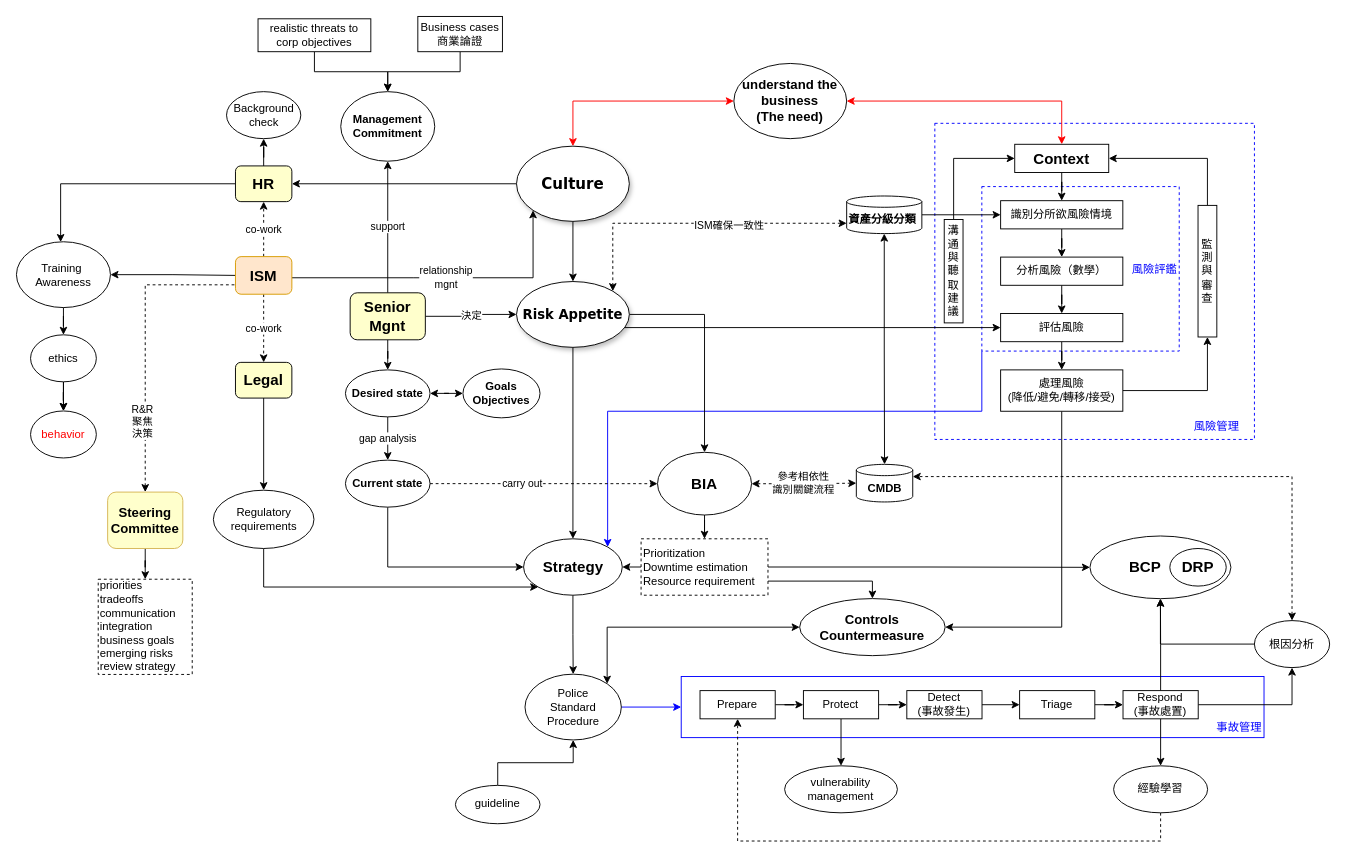
The draw.io diagram Untitled Diagram.drawio in digipenguin/machinelearn-ndu, before the edit. Source tidied: cells renumbered, new cells numbered last; positions are measured from the earlier drawing's top-left corner, leaving out a move shared by most shapes. Both pictures are drawn from the tidied source at 94%, with x=0, y=0 at pixel (16, 16).
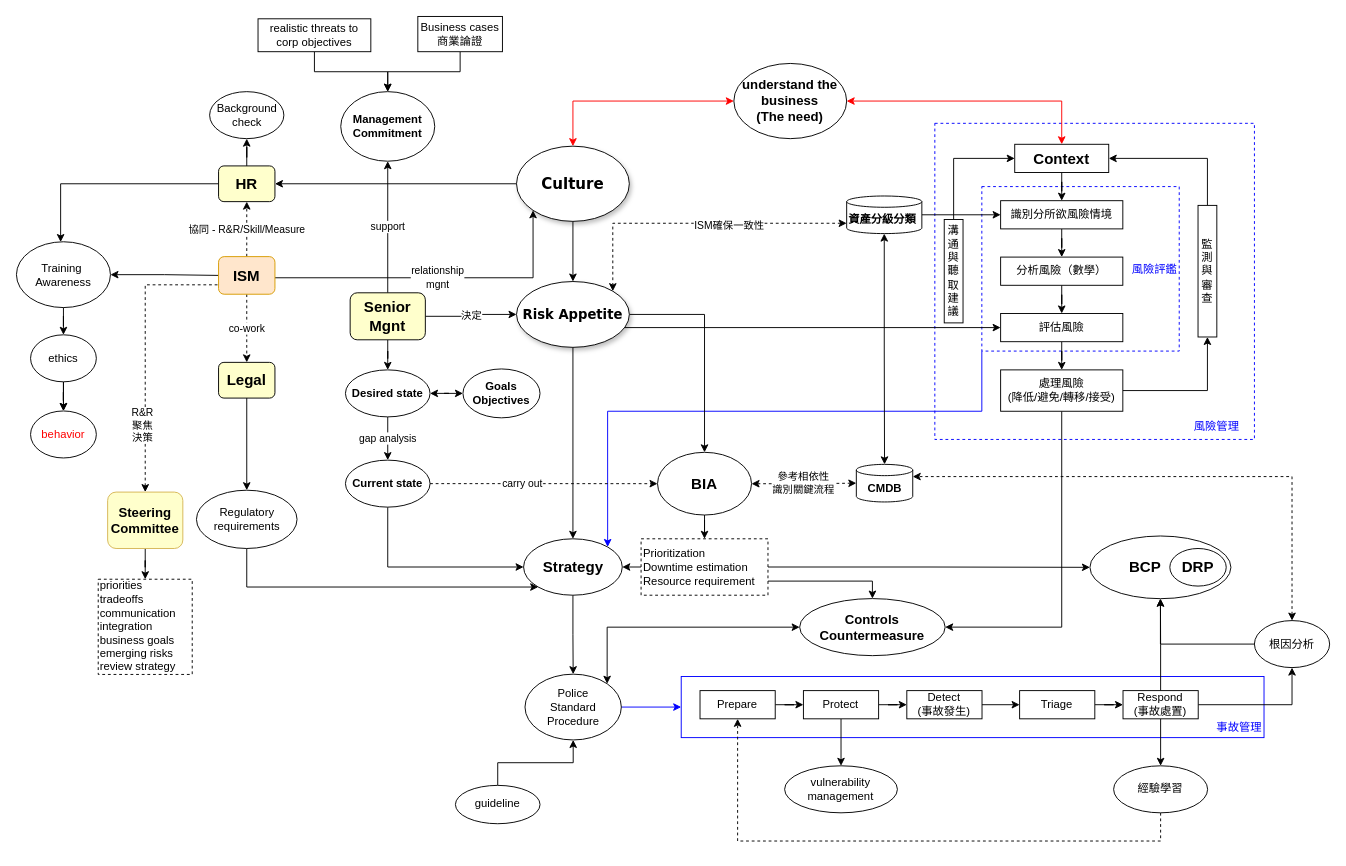
After the change.

The change refers to these unchanged cells:
```xml
<mxCell id="15" value="&lt;b&gt;&lt;font style=&quot;font-size: 16px&quot;&gt;Strategy&lt;/font&gt;&lt;/b&gt;" style="ellipse;whiteSpace=wrap;html=1;" parent="1" vertex="1">
  <mxGeometry x="539.5" y="555.7" width="105" height="60" as="geometry" />
</mxCell>
```

Diff of the diagram source:
```diff
@@
-    <mxCell id="26" value="co-work" style="edgeStyle=orthogonalEdgeStyle;rounded=0;jettySize=auto;html=1;startArrow=none;startFill=0;endArrow=classic;endFill=1;dashed=1;" parent="1" edge="1" source="28" target="31">
+    <mxCell id="26" value="協同&amp;nbsp;- R&amp;amp;R/Skill/Measure" style="edgeStyle=orthogonalEdgeStyle;rounded=0;jettySize=auto;html=1;startArrow=none;startFill=0;endArrow=classic;endFill=1;dashed=1;" parent="1" edge="1" source="28" target="31">
       <mxGeometry relative="1" as="geometry" />
     </mxCell>
@@
     <mxCell id="28" value="&lt;b&gt;&lt;font style=&quot;font-size: 16px&quot;&gt;ISM&lt;/font&gt;&lt;/b&gt;" style="rounded=1;whiteSpace=wrap;html=1;fillColor=#ffe6cc;strokeColor=#d79b00;" parent="1" vertex="1">
-      <mxGeometry x="233" y="255.5" width="60" height="40" as="geometry" />
+      <mxGeometry x="215" y="255.5" width="60" height="40" as="geometry" />
     </mxCell>
@@
     <mxCell id="31" value="&lt;b&gt;&lt;font style=&quot;font-size: 16px&quot;&gt;HR&lt;/font&gt;&lt;/b&gt;" style="rounded=1;whiteSpace=wrap;html=1;fillColor=#FFFFCC;" parent="1" vertex="1">
-      <mxGeometry x="233" y="159" width="60" height="38" as="geometry" />
+      <mxGeometry x="215" y="159" width="60" height="38" as="geometry" />
     </mxCell>
@@
     <mxCell id="64" value="&lt;b&gt;&lt;font style=&quot;font-size: 16px&quot;&gt;Legal&lt;/font&gt;&lt;/b&gt;" style="rounded=1;whiteSpace=wrap;html=1;fillColor=#FFFFCC;" parent="1" vertex="1">
-      <mxGeometry x="233" y="368" width="60" height="38" as="geometry" />
+      <mxGeometry x="215" y="368" width="60" height="38" as="geometry" />
     </mxCell>
@@
     <mxCell id="92" style="edgeStyle=orthogonalEdgeStyle;rounded=0;jettySize=auto;html=1;startArrow=none;startFill=0;endArrow=classic;endFill=1;entryX=0;entryY=1;entryDx=0;entryDy=0;exitX=0.5;exitY=1;exitDx=0;exitDy=0;" parent="1" edge="1" source="93" target="15">
       <mxGeometry relative="1" as="geometry">
         <Array as="points">
-          <mxPoint x="263" y="607" />
+          <mxPoint x="245" y="607" />
         </Array>
       </mxGeometry>
     </mxCell>
     <mxCell id="93" value="Regulatory&lt;br&gt;requirements" style="ellipse;whiteSpace=wrap;html=1;strokeColor=#000000;fillColor=#ffffff;gradientColor=none;" parent="1" vertex="1">
-      <mxGeometry x="209.5" y="504" width="107" height="62" as="geometry" />
+      <mxGeometry x="191.5" y="504" width="107" height="62" as="geometry" />
     </mxCell>
@@
     <mxCell id="104" value="Background&lt;br&gt;check" style="ellipse;whiteSpace=wrap;html=1;" parent="1" vertex="1">
-      <mxGeometry x="223.5" y="80" width="79" height="50" as="geometry" />
+      <mxGeometry x="205.5" y="80" width="79" height="50" as="geometry" />
     </mxCell>
```
